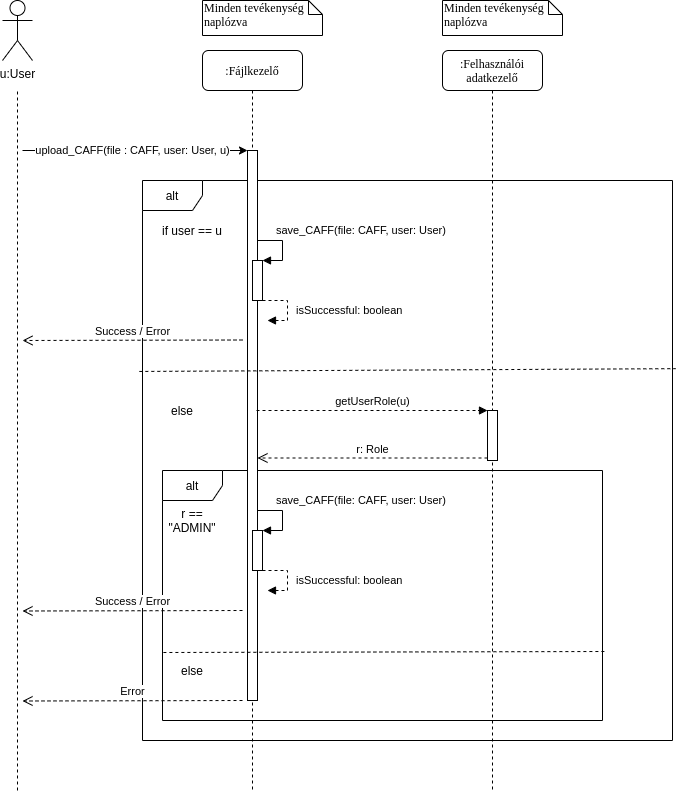
gurubib/pangolin-webshop keeps this draw.io diagram as img/seq/upload_CAFF.png. Above is the earlier version. Source tidied: cells renumbered, new cells last; positions are measured from the earlier drawing's top-left corner, leaving out a move shared by most shapes.
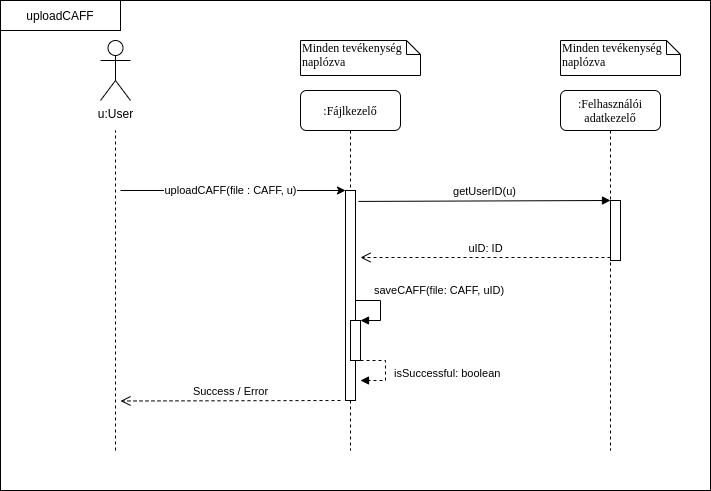
The same file after the commit.

Commit message:
Upload CAFF sequence diagrams

What changed in the source:
```diff
@@ -2,34 +2,22 @@
   <root>
     <mxCell id="0" />
     <mxCell id="1" parent="0" />
-    <mxCell id="2" value="alt" style="shape=umlFrame;whiteSpace=wrap;html=1;" parent="1" vertex="1">
-      <mxGeometry x="140" y="180" width="530" height="560" as="geometry" />
-    </mxCell>
-    <mxCell id="3" value="alt" style="shape=umlFrame;whiteSpace=wrap;html=1;" parent="1" vertex="1">
-      <mxGeometry x="160" y="470" width="440" height="250" as="geometry" />
-    </mxCell>
-    <mxCell id="4" value=":Felhasználói adatkezelő" style="shape=umlLifeline;perimeter=lifelinePerimeter;whiteSpace=wrap;html=1;rounded=1;shadow=0;comic=0;labelBackgroundColor=none;strokeWidth=1;fontFamily=Verdana;fontSize=12;align=center;" parent="1" vertex="1">
-      <mxGeometry x="440" y="50" width="100" height="740" as="geometry" />
-    </mxCell>
-    <mxCell id="5" style="html=1;points=[];perimeter=orthogonalPerimeter;" parent="4" vertex="1">
-      <mxGeometry x="45" y="360" width="10" height="50" as="geometry" />
-    </mxCell>
+    <mxCell id="30" style="rounded=0;whiteSpace=wrap;html=1;fillColor=none;" parent="1" vertex="1">
+      <mxGeometry x="-100" y="-40" width="710" height="490" as="geometry" />
+    </mxCell>
     <mxCell id="6" value=":Fájlkezelő" style="shape=umlLifeline;perimeter=lifelinePerimeter;whiteSpace=wrap;html=1;rounded=1;shadow=0;comic=0;labelBackgroundColor=none;strokeWidth=1;fontFamily=Verdana;fontSize=12;align=center;" parent="1" vertex="1">
-      <mxGeometry x="200" y="50" width="100" height="740" as="geometry" />
+      <mxGeometry x="200" y="50" width="100" height="360" as="geometry" />
     </mxCell>
     <mxCell id="7" style="html=1;points=[];perimeter=orthogonalPerimeter;rounded=0;shadow=0;comic=0;labelBackgroundColor=none;strokeWidth=1;fontFamily=Verdana;fontSize=12;align=center;" parent="6" vertex="1">
-      <mxGeometry x="45" y="100" width="10" height="550" as="geometry" />
+      <mxGeometry x="45" y="100" width="10" height="210" as="geometry" />
     </mxCell>
     <mxCell id="8" value="Minden tevékenység naplózva" style="shape=note;whiteSpace=wrap;html=1;size=14;verticalAlign=top;align=left;spacingTop=-6;rounded=0;shadow=0;comic=0;labelBackgroundColor=none;strokeWidth=1;fontFamily=Verdana;fontSize=12;" parent="1" vertex="1">
       <mxGeometry x="200" width="120" height="35" as="geometry" />
     </mxCell>
-    <mxCell id="9" value="Minden tevékenység naplózva" style="shape=note;whiteSpace=wrap;html=1;size=14;verticalAlign=top;align=left;spacingTop=-6;rounded=0;shadow=0;comic=0;labelBackgroundColor=none;strokeWidth=1;fontFamily=Verdana;fontSize=12;" parent="1" vertex="1">
-      <mxGeometry x="440" width="120" height="35" as="geometry" />
-    </mxCell>
     <mxCell id="10" value="u:User" style="shape=umlActor;verticalLabelPosition=bottom;verticalAlign=top;html=1;" parent="1" vertex="1">
       <mxGeometry width="30" height="60" as="geometry" />
     </mxCell>
-    <mxCell id="11" value="upload_CAFF(file : CAFF, user: User, u)" style="endArrow=classic;html=1;" parent="1" edge="1">
+    <mxCell id="11" value="uploadCAFF(file : CAFF, u)" style="endArrow=classic;html=1;" parent="1" edge="1">
       <mxGeometry x="-0.02" relative="1" as="geometry">
         <mxPoint x="20" y="150" as="sourcePoint" />
         <mxPoint x="245" y="150" as="targetPoint" />
@@ -37,93 +25,55 @@
     </mxCell>
     <mxCell id="12" style="endArrow=none;dashed=1;html=1;" parent="1" edge="1">
       <mxGeometry relative="1" as="geometry">
-        <mxPoint x="15" y="790" as="sourcePoint" />
+        <mxPoint x="15" y="410" as="sourcePoint" />
         <mxPoint x="15" y="90" as="targetPoint" />
       </mxGeometry>
     </mxCell>
-    <mxCell id="13" value="if user == u" style="text;html=1;strokeColor=none;fillColor=none;align=center;verticalAlign=middle;whiteSpace=wrap;rounded=0;" parent="1" vertex="1">
-      <mxGeometry x="150" y="220" width="80" height="20" as="geometry" />
-    </mxCell>
     <mxCell id="14" style="html=1;points=[];perimeter=orthogonalPerimeter;" parent="1" vertex="1">
-      <mxGeometry x="250" y="260" width="10" height="40" as="geometry" />
+      <mxGeometry x="250" y="280" width="10" height="40" as="geometry" />
     </mxCell>
-    <mxCell id="15" value="save_CAFF(file: CAFF, user: User)" style="edgeStyle=orthogonalEdgeStyle;html=1;align=left;spacingLeft=2;endArrow=block;rounded=0;entryX=1;entryY=0;" parent="1" edge="1" target="14">
+    <mxCell id="15" value="saveCAFF(file: CAFF, uID)" style="edgeStyle=orthogonalEdgeStyle;html=1;align=left;spacingLeft=2;endArrow=block;rounded=0;entryX=1;entryY=0;" parent="1" edge="1" target="14">
       <mxGeometry x="-0.54" y="10" relative="1" as="geometry">
-        <mxPoint x="255" y="240" as="sourcePoint" />
+        <mxPoint x="255" y="260" as="sourcePoint" />
         <Array as="points">
-          <mxPoint x="280" y="240" />
+          <mxPoint x="280" y="260" />
         </Array>
       </mxGeometry>
     </mxCell>
-    <mxCell id="16" style="endArrow=none;dashed=1;html=1;entryX=1.006;entryY=0.336;entryDx=0;entryDy=0;entryPerimeter=0;exitX=-0.006;exitY=0.341;exitDx=0;exitDy=0;exitPerimeter=0;" parent="1" edge="1" source="2" target="2">
-      <mxGeometry relative="1" as="geometry" />
-    </mxCell>
-    <mxCell id="17" value="else" style="text;html=1;strokeColor=none;fillColor=none;align=center;verticalAlign=middle;whiteSpace=wrap;rounded=0;" parent="1" vertex="1">
-      <mxGeometry x="160" y="400" width="40" height="20" as="geometry" />
-    </mxCell>
-    <mxCell id="18" value="isSuccessful: boolean" style="edgeStyle=orthogonalEdgeStyle;html=1;align=left;spacingLeft=2;endArrow=block;rounded=0;entryX=1;entryY=0;dashed=1;" parent="1" edge="1">
+    <mxCell id="18" value="isSuccessful: boolean" style="edgeStyle=orthogonalEdgeStyle;html=1;align=left;spacingLeft=2;endArrow=block;rounded=0;dashed=1;" parent="1" edge="1">
       <mxGeometry x="0.08" y="5" relative="1" as="geometry">
-        <mxPoint x="260" y="300" as="sourcePoint" />
-        <mxPoint x="265" y="320" as="targetPoint" />
+        <mxPoint x="260" y="320" as="sourcePoint" />
+        <mxPoint x="260" y="340" as="targetPoint" />
         <Array as="points">
-          <mxPoint x="285" y="300" />
+          <mxPoint x="285" y="320" />
         </Array>
       </mxGeometry>
     </mxCell>
     <mxCell id="19" value="Success / Error" style="html=1;verticalAlign=bottom;endArrow=open;dashed=1;endSize=8;" parent="1" edge="1">
       <mxGeometry relative="1" as="geometry">
-        <mxPoint x="240" y="339.5" as="sourcePoint" />
-        <mxPoint x="20" y="340" as="targetPoint" />
+        <mxPoint x="240" y="360" as="sourcePoint" />
+        <mxPoint x="20" y="360.5" as="targetPoint" />
       </mxGeometry>
     </mxCell>
-    <mxCell id="20" value="save_CAFF(file: CAFF, user: User)" style="edgeStyle=orthogonalEdgeStyle;html=1;align=left;spacingLeft=2;endArrow=block;rounded=0;entryX=1;entryY=0;" parent="1" edge="1" target="21">
-      <mxGeometry x="-0.54" y="10" relative="1" as="geometry">
-        <mxPoint x="255" y="510" as="sourcePoint" />
-        <Array as="points">
-          <mxPoint x="280" y="510" />
-        </Array>
-      </mxGeometry>
-    </mxCell>
-    <mxCell id="21" style="html=1;points=[];perimeter=orthogonalPerimeter;" parent="1" vertex="1">
-      <mxGeometry x="250" y="530" width="10" height="40" as="geometry" />
-    </mxCell>
-    <mxCell id="22" value="isSuccessful: boolean" style="edgeStyle=orthogonalEdgeStyle;html=1;align=left;spacingLeft=2;endArrow=block;rounded=0;entryX=1;entryY=0;dashed=1;" parent="1" edge="1">
-      <mxGeometry x="0.08" y="5" relative="1" as="geometry">
-        <mxPoint x="260" y="570" as="sourcePoint" />
-        <mxPoint x="265" y="590" as="targetPoint" />
-        <Array as="points">
-          <mxPoint x="285" y="570" />
-        </Array>
-      </mxGeometry>
-    </mxCell>
-    <mxCell id="23" value="getUserRole(u)" style="html=1;verticalAlign=bottom;endArrow=block;entryX=0;entryY=0;dashed=1;" parent="1" edge="1" target="5">
-      <mxGeometry relative="1" as="geometry">
-        <mxPoint x="254" y="410" as="sourcePoint" />
-      </mxGeometry>
-    </mxCell>
-    <mxCell id="24" value="r: Role" style="html=1;verticalAlign=bottom;endArrow=open;dashed=1;endSize=8;exitX=0;exitY=0.95;" parent="1" edge="1" source="5" target="7">
-      <mxGeometry relative="1" as="geometry" />
-    </mxCell>
-    <mxCell id="25" value="r == &quot;ADMIN&quot;" style="text;html=1;strokeColor=none;fillColor=none;align=center;verticalAlign=middle;whiteSpace=wrap;rounded=0;" parent="1" vertex="1">
-      <mxGeometry x="170" y="510" width="40" height="20" as="geometry" />
-    </mxCell>
-    <mxCell id="26" value="Success / Error" style="html=1;verticalAlign=bottom;endArrow=open;dashed=1;endSize=8;" parent="1" edge="1">
-      <mxGeometry relative="1" as="geometry">
-        <mxPoint x="240" y="610" as="sourcePoint" />
-        <mxPoint x="20" y="610.5" as="targetPoint" />
-      </mxGeometry>
-    </mxCell>
-    <mxCell id="27" style="endArrow=none;dashed=1;html=1;exitX=0.002;exitY=0.728;exitDx=0;exitDy=0;exitPerimeter=0;entryX=1.005;entryY=0.724;entryDx=0;entryDy=0;entryPerimeter=0;" parent="1" edge="1" source="3" target="3">
-      <mxGeometry relative="1" as="geometry" />
-    </mxCell>
-    <mxCell id="28" value="Error" style="html=1;verticalAlign=bottom;endArrow=open;dashed=1;endSize=8;" parent="1" edge="1">
-      <mxGeometry relative="1" as="geometry">
-        <mxPoint x="240" y="700" as="sourcePoint" />
-        <mxPoint x="20" y="700.5" as="targetPoint" />
-      </mxGeometry>
-    </mxCell>
-    <mxCell id="29" value="else" style="text;html=1;strokeColor=none;fillColor=none;align=center;verticalAlign=middle;whiteSpace=wrap;rounded=0;" parent="1" vertex="1">
-      <mxGeometry x="170" y="660" width="40" height="20" as="geometry" />
-    </mxCell>
+    <mxCell id="31" value="uploadCAFF" style="rounded=0;whiteSpace=wrap;html=1;fillColor=none;" parent="1" vertex="1">
+      <mxGeometry x="-100" y="-40" width="120" height="30" as="geometry" />
+    </mxCell>
+    <mxCell id="4" value=":Felhasználói adatkezelő" style="shape=umlLifeline;perimeter=lifelinePerimeter;whiteSpace=wrap;html=1;rounded=1;shadow=0;comic=0;labelBackgroundColor=none;strokeWidth=1;fontFamily=Verdana;fontSize=12;align=center;" parent="1" vertex="1">
+      <mxGeometry x="460" y="50" width="100" height="360" as="geometry" />
+    </mxCell>
+    <mxCell id="32" style="html=1;points=[];perimeter=orthogonalPerimeter;fillColor=none;" parent="4" vertex="1">
+      <mxGeometry x="50" y="110" width="10" height="60" as="geometry" />
+    </mxCell>
+    <mxCell id="33" value="getUserID(u)" style="html=1;verticalAlign=bottom;endArrow=block;entryX=0;entryY=0;exitX=1.3;exitY=0.052;exitDx=0;exitDy=0;exitPerimeter=0;" parent="1" edge="1" source="7" target="32">
+      <mxGeometry relative="1" as="geometry" />
+    </mxCell>
+    <mxCell id="34" value="uID: ID" style="html=1;verticalAlign=bottom;endArrow=open;dashed=1;endSize=8;exitX=0;exitY=0.95;" parent="1" edge="1" source="32">
+      <mxGeometry relative="1" as="geometry">
+        <mxPoint x="260" y="217" as="targetPoint" />
+      </mxGeometry>
+    </mxCell>
+    <mxCell id="9" value="Minden tevékenység naplózva" style="shape=note;whiteSpace=wrap;html=1;size=14;verticalAlign=top;align=left;spacingTop=-6;rounded=0;shadow=0;comic=0;labelBackgroundColor=none;strokeWidth=1;fontFamily=Verdana;fontSize=12;" parent="1" vertex="1">
+      <mxGeometry x="460" width="120" height="35" as="geometry" />
+    </mxCell>
   </root>
 </mxGraphModel>
```
